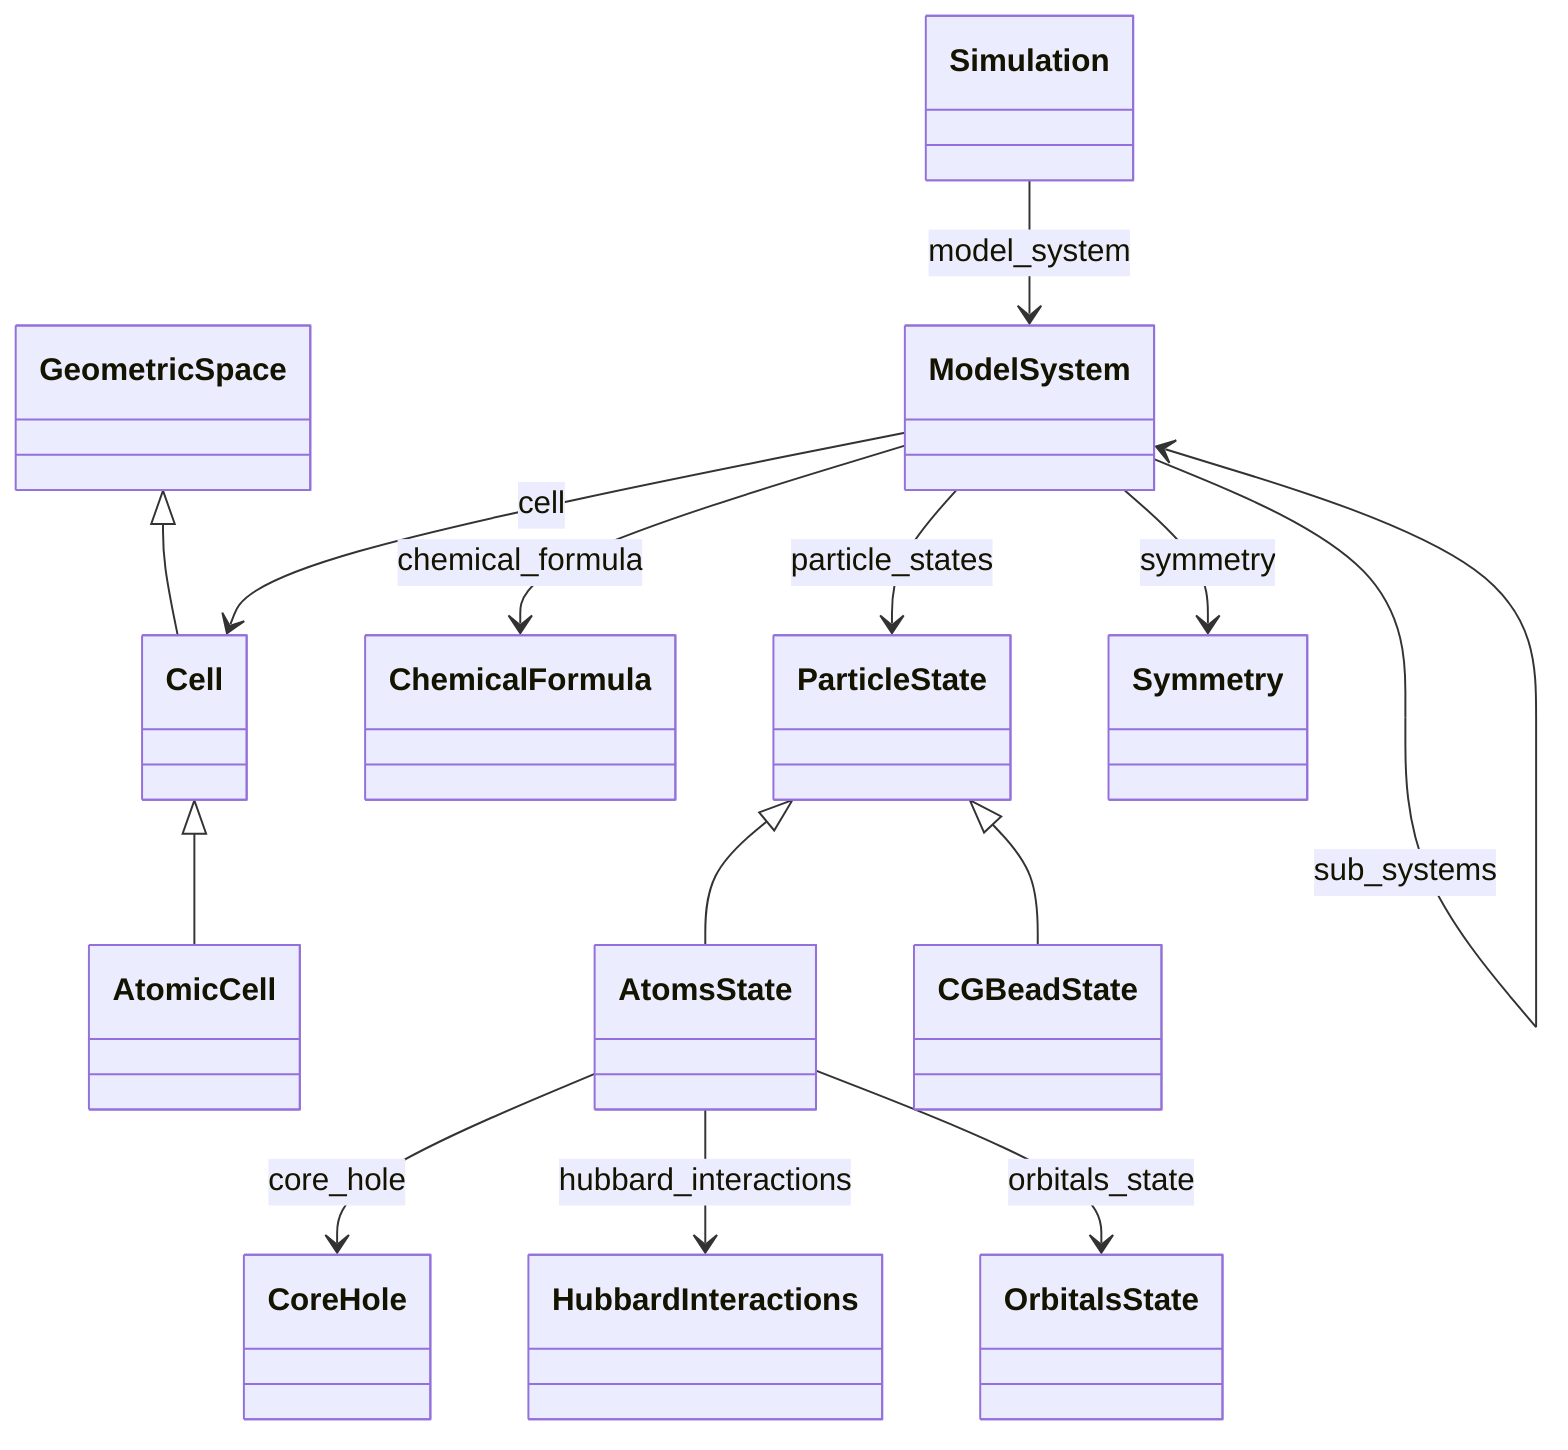
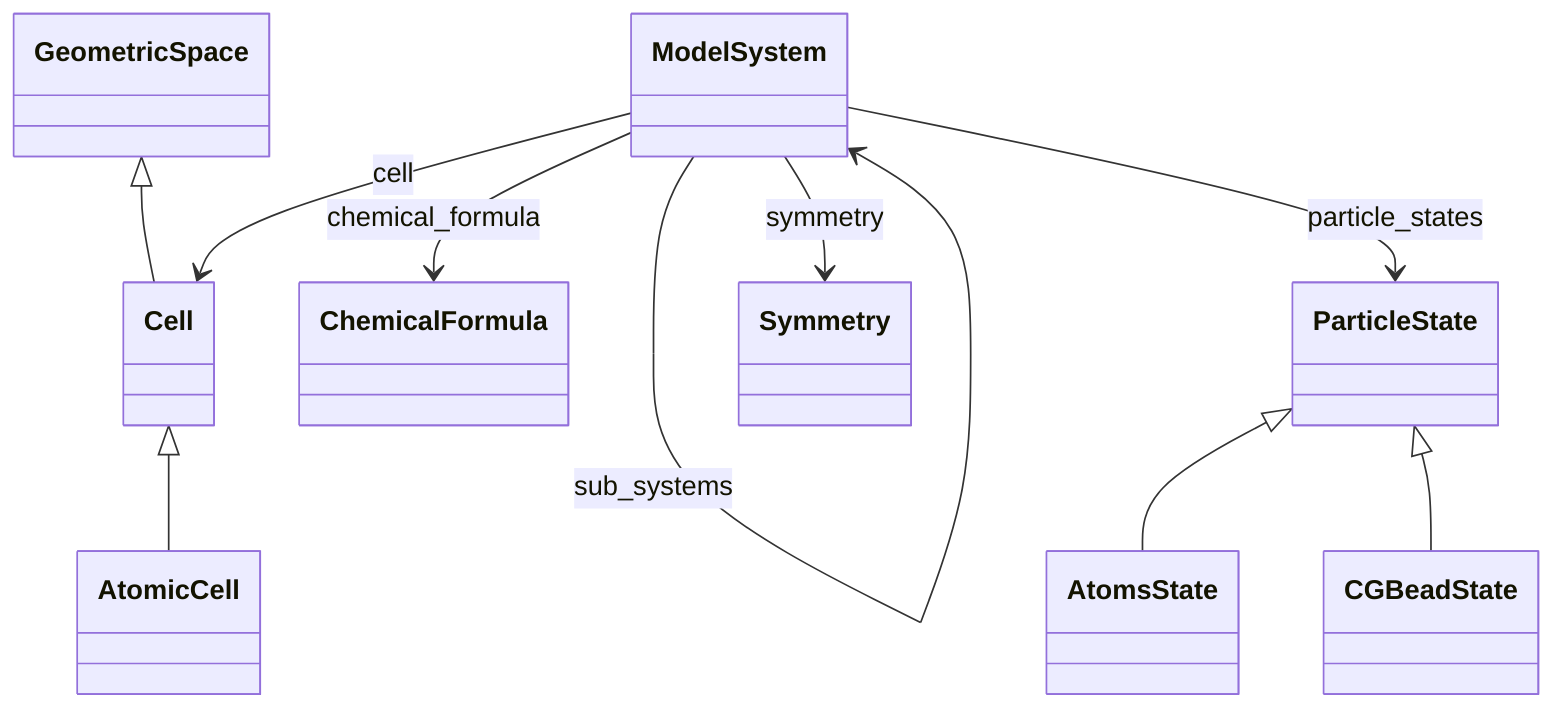
classDiagram
    class AtomicCell
    class AtomsState
    class CGBeadState
    class Cell
    class ChemicalFormula
-     class CoreHole
    class GeometricSpace
-     class HubbardInteractions
    class ModelSystem
-     class OrbitalsState
    class ParticleState
-     class Simulation
    class Symmetry
    Cell <|-- AtomicCell
    ParticleState <|-- AtomsState
    ParticleState <|-- CGBeadState
    GeometricSpace <|-- Cell
-     AtomsState --> CoreHole : core_hole
-     AtomsState --> HubbardInteractions : hubbard_interactions
-     AtomsState --> OrbitalsState : orbitals_state
    ModelSystem --> Cell : cell
    ModelSystem --> ChemicalFormula : chemical_formula
    ModelSystem --> ModelSystem : sub_systems
    ModelSystem --> ParticleState : particle_states
    ModelSystem --> Symmetry : symmetry
-     Simulation --> ModelSystem : model_system
